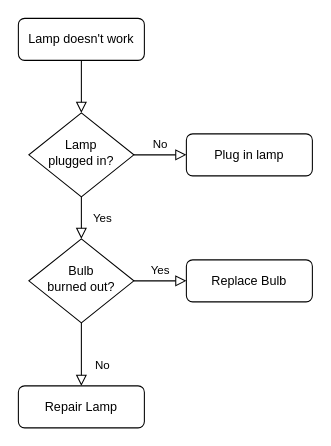
Before: Flowchart/Untitled Diagram.drawio in jae-mini-00/42, a draw.io diagram. Source tidied: cells renumbered, new cells numbered last; positions are measured from the earlier drawing's top-left corner, leaving out a move shared by most shapes. Both pictures are drawn from the tidied source at 105%, with x=0, y=0 at pixel (18, 18).
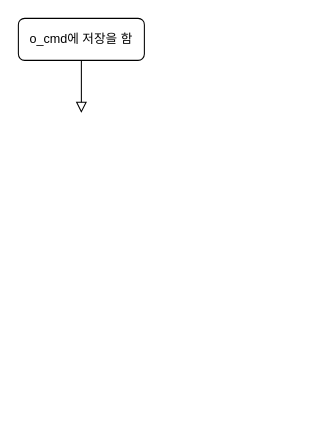
After the change.

Commit message:
minishell_cmd

Diff of the diagram source:
```diff
@@
 <mxGraphModel>
   <root>
     <mxCell id="0" />
     <mxCell id="1" parent="0" />
-    <mxCell id="2" style="rounded=0;html=1;jettySize=auto;fontSize=11;endArrow=block;endFill=0;endSize=8;strokeWidth=1;shadow=0;labelBackgroundColor=none;edgeStyle=orthogonalEdgeStyle;" parent="1" edge="1" source="3" target="6">
-      <mxGeometry relative="1" as="geometry" />
+    <mxCell id="2" style="rounded=0;html=1;jettySize=auto;fontSize=11;endArrow=block;endFill=0;endSize=8;strokeWidth=1;shadow=0;labelBackgroundColor=none;edgeStyle=orthogonalEdgeStyle;" parent="1" edge="1" source="3">
+      <mxGeometry relative="1" as="geometry">
+        <mxPoint x="60" y="90" as="targetPoint" />
+      </mxGeometry>
     </mxCell>
-    <mxCell id="3" value="Lamp doesn't work" style="rounded=1;whiteSpace=wrap;html=1;fontSize=12;glass=0;strokeWidth=1;shadow=0;" parent="1" vertex="1">
+    <mxCell id="3" value="o_cmd에 저장을 함" style="rounded=1;whiteSpace=wrap;html=1;fontSize=12;glass=0;strokeWidth=1;shadow=0;" parent="1" vertex="1">
       <mxGeometry width="120" height="40" as="geometry" />
     </mxCell>
-    <mxCell id="4" value="Yes" style="rounded=0;html=1;jettySize=auto;fontSize=11;endArrow=block;endFill=0;endSize=8;strokeWidth=1;shadow=0;labelBackgroundColor=none;edgeStyle=orthogonalEdgeStyle;" parent="1" edge="1" source="6" target="10">
-      <mxGeometry y="20" relative="1" as="geometry" />
-    </mxCell>
-    <mxCell id="5" value="No" style="edgeStyle=orthogonalEdgeStyle;rounded=0;html=1;jettySize=auto;fontSize=11;endArrow=block;endFill=0;endSize=8;strokeWidth=1;shadow=0;labelBackgroundColor=none;" parent="1" edge="1" source="6" target="7">
-      <mxGeometry y="10" relative="1" as="geometry" />
-    </mxCell>
-    <mxCell id="6" value="Lamp&lt;br&gt;plugged in?" style="rhombus;whiteSpace=wrap;html=1;shadow=0;fontFamily=Helvetica;fontSize=12;align=center;strokeWidth=1;spacing=6;spacingTop=-4;" parent="1" vertex="1">
-      <mxGeometry x="10" y="90" width="100" height="80" as="geometry" />
-    </mxCell>
-    <mxCell id="7" value="Plug in lamp" style="rounded=1;whiteSpace=wrap;html=1;fontSize=12;glass=0;strokeWidth=1;shadow=0;" parent="1" vertex="1">
-      <mxGeometry x="160" y="110" width="120" height="40" as="geometry" />
-    </mxCell>
-    <mxCell id="8" value="No" style="rounded=0;html=1;jettySize=auto;fontSize=11;endArrow=block;endFill=0;endSize=8;strokeWidth=1;shadow=0;labelBackgroundColor=none;edgeStyle=orthogonalEdgeStyle;" parent="1" edge="1" source="10" target="11">
-      <mxGeometry x="0.33" y="20" relative="1" as="geometry" />
-    </mxCell>
-    <mxCell id="9" value="Yes" style="edgeStyle=orthogonalEdgeStyle;rounded=0;html=1;jettySize=auto;fontSize=11;endArrow=block;endFill=0;endSize=8;strokeWidth=1;shadow=0;labelBackgroundColor=none;" parent="1" edge="1" source="10" target="12">
-      <mxGeometry y="10" relative="1" as="geometry" />
-    </mxCell>
-    <mxCell id="10" value="Bulb&lt;br&gt;burned out?" style="rhombus;whiteSpace=wrap;html=1;shadow=0;fontFamily=Helvetica;fontSize=12;align=center;strokeWidth=1;spacing=6;spacingTop=-4;" parent="1" vertex="1">
-      <mxGeometry x="10" y="210" width="100" height="80" as="geometry" />
-    </mxCell>
-    <mxCell id="11" value="Repair Lamp" style="rounded=1;whiteSpace=wrap;html=1;fontSize=12;glass=0;strokeWidth=1;shadow=0;" parent="1" vertex="1">
-      <mxGeometry y="350" width="120" height="40" as="geometry" />
-    </mxCell>
-    <mxCell id="12" value="Replace Bulb" style="rounded=1;whiteSpace=wrap;html=1;fontSize=12;glass=0;strokeWidth=1;shadow=0;" parent="1" vertex="1">
-      <mxGeometry x="160" y="230" width="120" height="40" as="geometry" />
-    </mxCell>
   </root>
 </mxGraphModel>
```
